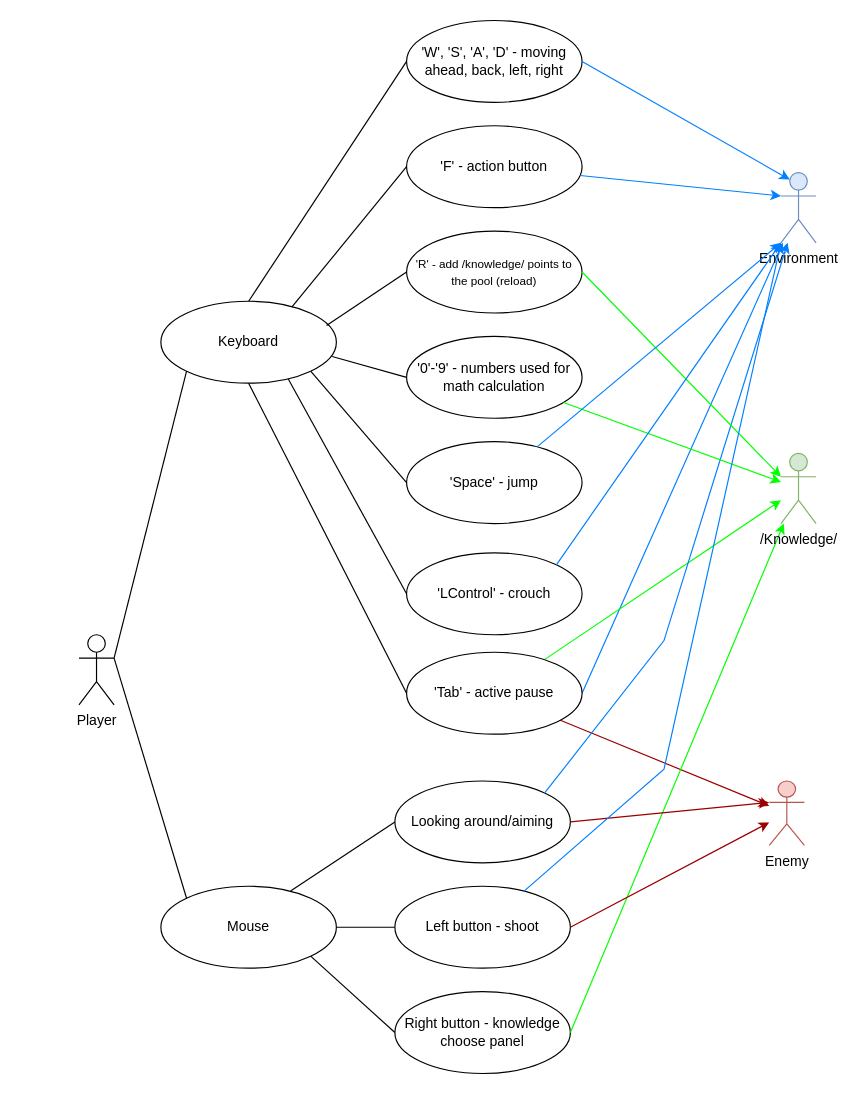
Earlier version of the draw.io diagram use_case_diagram_aeg.drawio (Dexmo-7/ProjectM01). Source tidied: cells renumbered, new cells numbered last; positions are measured from the earlier drawing's top-left corner, leaving out a move shared by most shapes. Both pictures are drawn from the tidied source at 117%, with x=0, y=0 at pixel (78, 20).
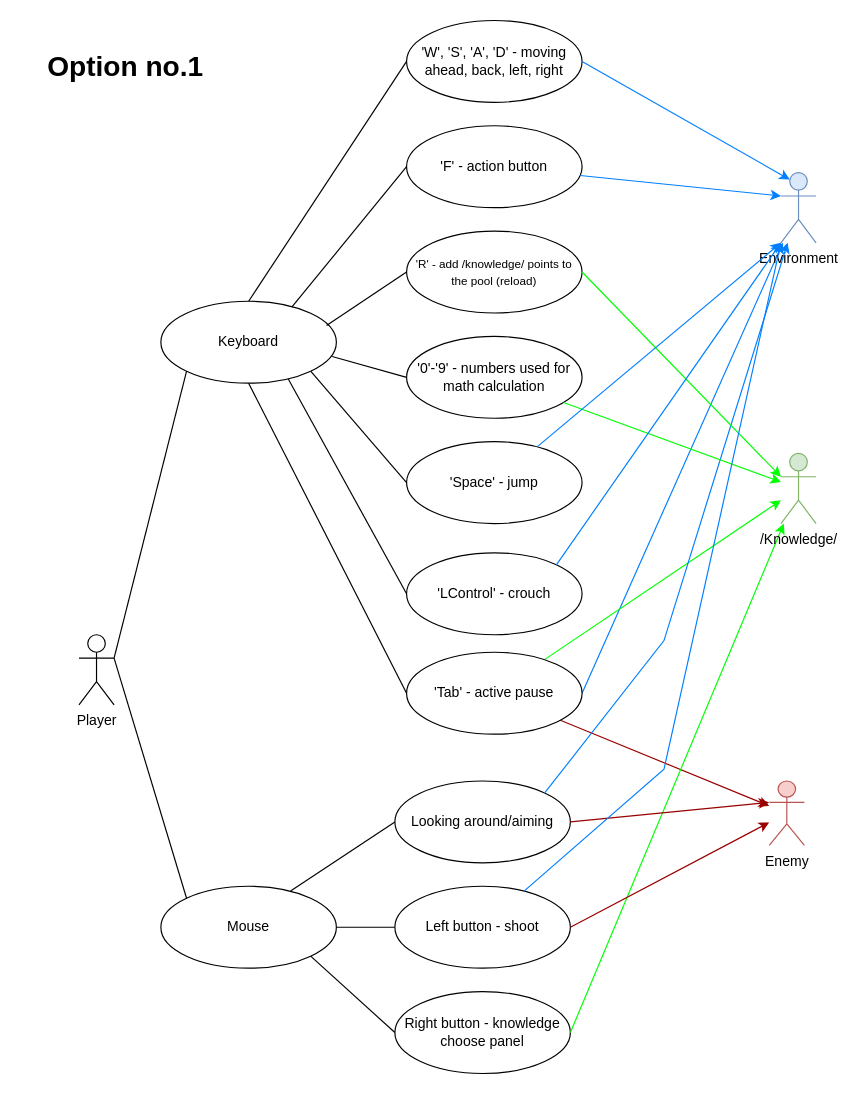
The same page after the edit.

Change to the diagram source:
```diff
@@
+    <mxCell id="44" value="&lt;h1&gt;Option no.1&lt;/h1&gt;" style="text;html=1;align=center;verticalAlign=middle;whiteSpace=wrap;rounded=0;" parent="1" vertex="1">
+      <mxGeometry x="-50" width="180" height="80" as="geometry" />
+    </mxCell>
```
